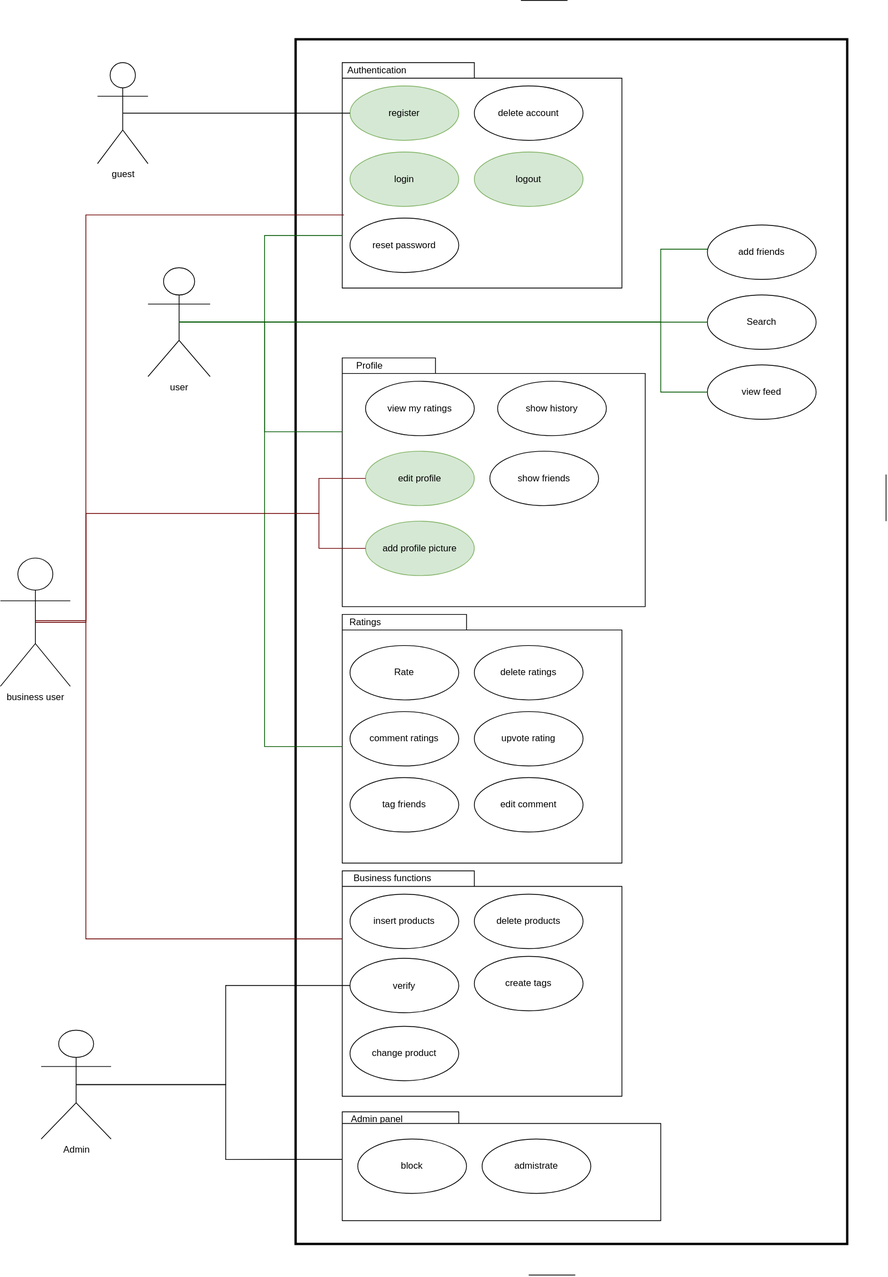
Earlier version of the draw.io export docs/UseCaseDiagram.svg (paul-schweng/UNDECIDED). Source tidied: cells renumbered, new cells last; positions are measured from the earlier drawing's top-left corner, leaving out a move shared by most shapes.
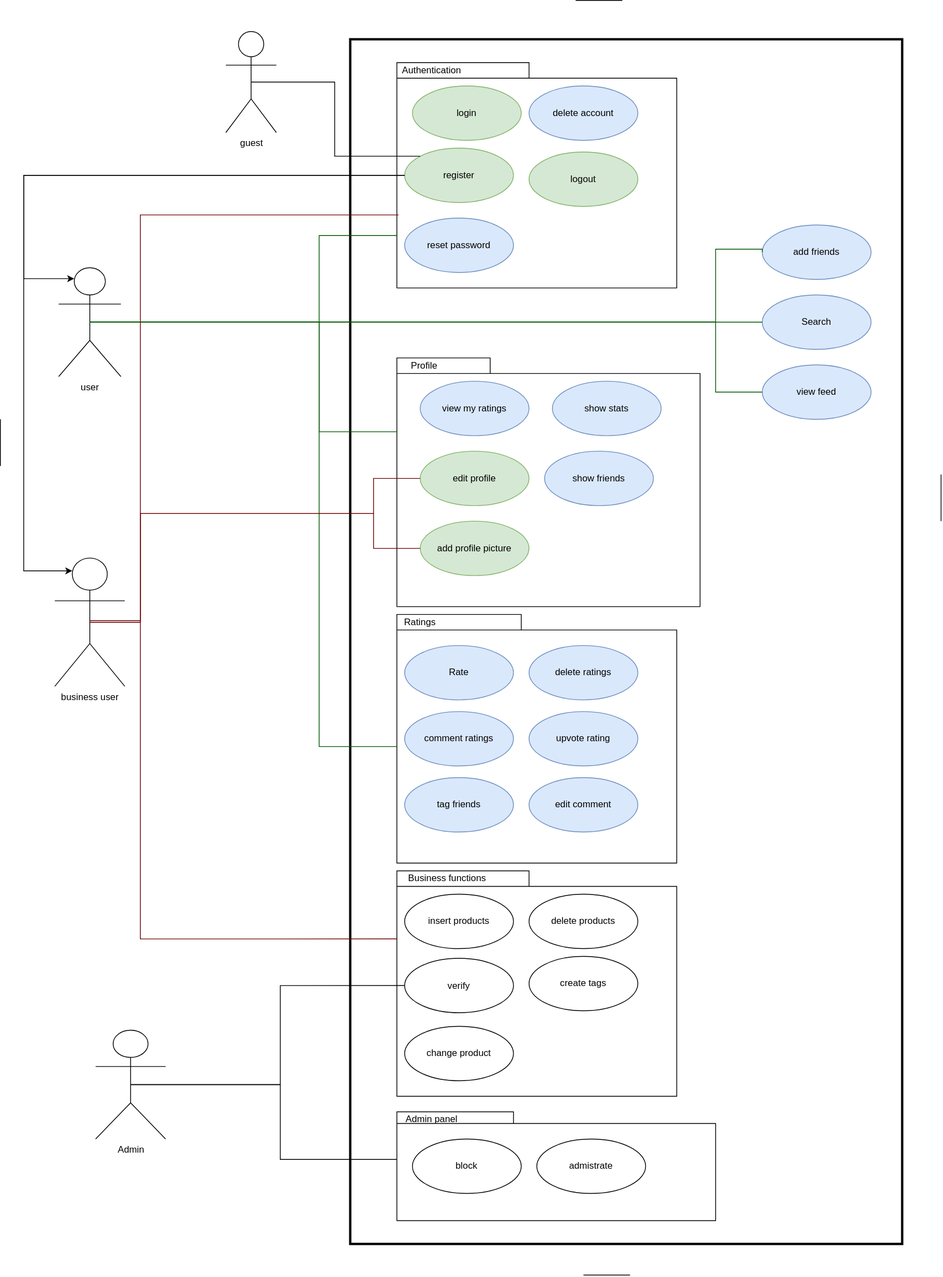
Later version of the same file.

What changed in the source:
```diff
@@ -9,25 +9,25 @@
       <mxGeometry x="440" y="1120" width="360" height="290" as="geometry" />
     </mxCell>
     <mxCell id="4" value="user" style="shape=umlActor;verticalLabelPosition=bottom;verticalAlign=top;html=1;" parent="1" vertex="1">
-      <mxGeometry x="190" y="344" width="80" height="140" as="geometry" />
+      <mxGeometry x="5" y="344" width="80" height="140" as="geometry" />
     </mxCell>
     <mxCell id="5" style="shape=folder;fontStyle=1;spacingTop=10;tabWidth=170;tabHeight=20;tabPosition=left;html=1;" parent="1" vertex="1">
       <mxGeometry x="440" y="80" width="360" height="290" as="geometry" />
     </mxCell>
     <mxCell id="6" value="login" style="ellipse;whiteSpace=wrap;html=1;fillColor=#d5e8d4;strokeColor=#82b366;" parent="1" vertex="1">
-      <mxGeometry x="450" y="195" width="140" height="70" as="geometry" />
+      <mxGeometry x="460" y="110" width="140" height="70" as="geometry" />
     </mxCell>
     <mxCell id="7" value="register" style="ellipse;whiteSpace=wrap;html=1;direction=west;fillColor=#d5e8d4;strokeColor=#82b366;" parent="1" vertex="1">
-      <mxGeometry x="450" y="110" width="140" height="70" as="geometry" />
+      <mxGeometry x="450" y="190" width="140" height="70" as="geometry" />
     </mxCell>
     <mxCell id="8" value="logout" style="ellipse;whiteSpace=wrap;html=1;direction=west;fillColor=#d5e8d4;strokeColor=#82b366;" parent="1" vertex="1">
       <mxGeometry x="610" y="195" width="140" height="70" as="geometry" />
     </mxCell>
-    <mxCell id="9" value="delete account" style="ellipse;whiteSpace=wrap;html=1;direction=west;" parent="1" vertex="1">
+    <mxCell id="9" value="delete account" style="ellipse;whiteSpace=wrap;html=1;direction=west;fillColor=#dae8fc;strokeColor=#6c8ebf;" parent="1" vertex="1">
       <mxGeometry x="610" y="110" width="140" height="70" as="geometry" />
     </mxCell>
     <mxCell id="10" value="guest" style="shape=umlActor;verticalLabelPosition=bottom;verticalAlign=top;html=1;" parent="1" vertex="1">
-      <mxGeometry x="125" y="80" width="65" height="130" as="geometry" />
+      <mxGeometry x="220" y="40" width="65" height="130" as="geometry" />
     </mxCell>
     <mxCell id="11" style="endArrow=none;html=1;edgeStyle=orthogonalEdgeStyle;rounded=0;exitX=0.5;exitY=0.5;exitDx=0;exitDy=0;exitPerimeter=0;entryX=0;entryY=0;entryDx=0;entryDy=222.5;entryPerimeter=0;fillColor=#008a00;strokeColor=#005700;" parent="1" edge="1" source="4" target="5">
       <mxGeometry relative="1" as="geometry">
@@ -43,31 +43,31 @@
     <mxCell id="13" style="shape=folder;fontStyle=1;spacingTop=10;tabWidth=160;tabHeight=20;tabPosition=left;html=1;" parent="1" vertex="1">
       <mxGeometry x="440" y="790" width="360" height="320" as="geometry" />
     </mxCell>
-    <mxCell id="14" value="comment ratings" style="ellipse;whiteSpace=wrap;html=1;direction=west;" parent="1" vertex="1">
+    <mxCell id="14" value="comment ratings" style="ellipse;whiteSpace=wrap;html=1;direction=west;fillColor=#dae8fc;strokeColor=#6c8ebf;" parent="1" vertex="1">
       <mxGeometry x="450" y="915" width="140" height="70" as="geometry" />
     </mxCell>
-    <mxCell id="15" value="upvote rating" style="ellipse;whiteSpace=wrap;html=1;direction=west;" parent="1" vertex="1">
+    <mxCell id="15" value="upvote rating" style="ellipse;whiteSpace=wrap;html=1;direction=west;fillColor=#dae8fc;strokeColor=#6c8ebf;" parent="1" vertex="1">
       <mxGeometry x="610" y="915" width="140" height="70" as="geometry" />
     </mxCell>
     <mxCell id="16" style="shape=folder;fontStyle=1;spacingTop=10;tabWidth=120;tabHeight=20;tabPosition=left;html=1;" parent="1" vertex="1">
       <mxGeometry x="440" y="460" width="390" height="320" as="geometry" />
     </mxCell>
-    <mxCell id="17" value="Search" style="ellipse;whiteSpace=wrap;html=1;direction=west;" parent="1" vertex="1">
+    <mxCell id="17" value="Search" style="ellipse;whiteSpace=wrap;html=1;direction=west;fillColor=#dae8fc;strokeColor=#6c8ebf;" parent="1" vertex="1">
       <mxGeometry x="910" y="379" width="140" height="70" as="geometry" />
     </mxCell>
-    <mxCell id="18" value="Rate" style="ellipse;whiteSpace=wrap;html=1;direction=west;" parent="1" vertex="1">
+    <mxCell id="18" value="Rate" style="ellipse;whiteSpace=wrap;html=1;direction=west;fillColor=#dae8fc;strokeColor=#6c8ebf;" parent="1" vertex="1">
       <mxGeometry x="450" y="830" width="140" height="70" as="geometry" />
     </mxCell>
-    <mxCell id="19" value="delete ratings" style="ellipse;whiteSpace=wrap;html=1;direction=west;" parent="1" vertex="1">
+    <mxCell id="19" value="delete ratings" style="ellipse;whiteSpace=wrap;html=1;direction=west;fillColor=#dae8fc;strokeColor=#6c8ebf;" parent="1" vertex="1">
       <mxGeometry x="610" y="830" width="140" height="70" as="geometry" />
     </mxCell>
-    <mxCell id="20" value="add friends" style="ellipse;whiteSpace=wrap;html=1;direction=west;" parent="1" vertex="1">
+    <mxCell id="20" value="add friends" style="ellipse;whiteSpace=wrap;html=1;direction=west;fillColor=#dae8fc;strokeColor=#6c8ebf;" parent="1" vertex="1">
       <mxGeometry x="910" y="289" width="140" height="70" as="geometry" />
     </mxCell>
     <mxCell id="21" value="insert products" style="ellipse;whiteSpace=wrap;html=1;direction=west;" parent="1" vertex="1">
       <mxGeometry x="450" y="1150" width="140" height="70" as="geometry" />
     </mxCell>
-    <mxCell id="22" value="tag friends" style="ellipse;whiteSpace=wrap;html=1;direction=west;" parent="1" vertex="1">
+    <mxCell id="22" value="tag friends" style="ellipse;whiteSpace=wrap;html=1;direction=west;fillColor=#dae8fc;strokeColor=#6c8ebf;" parent="1" vertex="1">
       <mxGeometry x="450" y="1000" width="140" height="70" as="geometry" />
     </mxCell>
     <mxCell id="23" value="create tags" style="ellipse;whiteSpace=wrap;html=1;direction=west;" parent="1" vertex="1">
@@ -76,7 +76,7 @@
     <mxCell id="24" value="delete products" style="ellipse;whiteSpace=wrap;html=1;direction=west;" parent="1" vertex="1">
       <mxGeometry x="610" y="1150" width="140" height="70" as="geometry" />
     </mxCell>
-    <mxCell id="25" value="edit comment" style="ellipse;whiteSpace=wrap;html=1;direction=west;" parent="1" vertex="1">
+    <mxCell id="25" value="edit comment" style="ellipse;whiteSpace=wrap;html=1;direction=west;fillColor=#dae8fc;strokeColor=#6c8ebf;" parent="1" vertex="1">
       <mxGeometry x="610" y="1000" width="140" height="70" as="geometry" />
     </mxCell>
     <mxCell id="26" value="Ratings" style="text;html=1;strokeColor=none;fillColor=none;align=center;verticalAlign=middle;whiteSpace=wrap;rounded=0;" parent="1" vertex="1">
@@ -115,10 +115,10 @@
         </Array>
       </mxGeometry>
     </mxCell>
-    <mxCell id="33" value="show friends" style="ellipse;whiteSpace=wrap;html=1;direction=west;" parent="1" vertex="1">
+    <mxCell id="33" value="show friends" style="ellipse;whiteSpace=wrap;html=1;direction=west;fillColor=#dae8fc;strokeColor=#6c8ebf;" parent="1" vertex="1">
       <mxGeometry x="630" y="580" width="140" height="70" as="geometry" />
     </mxCell>
-    <mxCell id="34" value="show history" style="ellipse;whiteSpace=wrap;html=1;direction=west;" parent="1" vertex="1">
+    <mxCell id="34" value="show stats" style="ellipse;whiteSpace=wrap;html=1;direction=west;fillColor=#dae8fc;strokeColor=#6c8ebf;" parent="1" vertex="1">
       <mxGeometry x="640" y="490" width="140" height="70" as="geometry" />
     </mxCell>
     <mxCell id="35" value="edit profile" style="ellipse;whiteSpace=wrap;html=1;direction=west;fillColor=#d5e8d4;strokeColor=#82b366;" parent="1" vertex="1">
@@ -127,17 +127,17 @@
     <mxCell id="36" value="add profile picture" style="ellipse;whiteSpace=wrap;html=1;direction=west;fillColor=#d5e8d4;strokeColor=#82b366;" parent="1" vertex="1">
       <mxGeometry x="470" y="670" width="140" height="70" as="geometry" />
     </mxCell>
-    <mxCell id="37" value="view my ratings" style="ellipse;whiteSpace=wrap;html=1;direction=west;" parent="1" vertex="1">
+    <mxCell id="37" value="view my ratings" style="ellipse;whiteSpace=wrap;html=1;direction=west;fillColor=#dae8fc;strokeColor=#6c8ebf;" parent="1" vertex="1">
       <mxGeometry x="470" y="490" width="140" height="70" as="geometry" />
     </mxCell>
     <mxCell id="38" value="Profile" style="text;html=1;align=center;verticalAlign=middle;strokeColor=none;fillColor=none;" parent="1" vertex="1">
       <mxGeometry x="450" y="460" width="50" height="20" as="geometry" />
     </mxCell>
-    <mxCell id="39" style="endArrow=none;html=1;edgeStyle=orthogonalEdgeStyle;rounded=0;exitX=0.5;exitY=0.5;exitDx=0;exitDy=0;exitPerimeter=0;entryX=1;entryY=0.5;entryDx=0;entryDy=0;" parent="1" edge="1" source="10" target="7">
+    <mxCell id="39" style="endArrow=none;html=1;edgeStyle=orthogonalEdgeStyle;rounded=0;exitX=0.5;exitY=0.5;exitDx=0;exitDy=0;exitPerimeter=0;entryX=1;entryY=1;entryDx=0;entryDy=0;" parent="1" edge="1" source="10" target="7">
       <mxGeometry relative="1" as="geometry">
         <Array as="points">
-          <mxPoint x="230" y="145" />
-          <mxPoint x="230" y="145" />
+          <mxPoint x="360" y="105" />
+          <mxPoint x="360" y="201" />
         </Array>
       </mxGeometry>
     </mxCell>
@@ -167,10 +167,10 @@
     <mxCell id="46" value="Admin panel" style="text;html=1;strokeColor=none;fillColor=none;align=center;verticalAlign=middle;whiteSpace=wrap;rounded=0;" parent="1" vertex="1">
       <mxGeometry x="440" y="1430" width="90" height="20" as="geometry" />
     </mxCell>
-    <mxCell id="47" value="reset password" style="ellipse;whiteSpace=wrap;html=1;" parent="1" vertex="1">
+    <mxCell id="47" value="reset password" style="ellipse;whiteSpace=wrap;html=1;fillColor=#dae8fc;strokeColor=#6c8ebf;" parent="1" vertex="1">
       <mxGeometry x="450" y="280" width="140" height="70" as="geometry" />
     </mxCell>
-    <mxCell id="48" value="view feed" style="ellipse;whiteSpace=wrap;html=1;direction=west;" parent="1" vertex="1">
+    <mxCell id="48" value="view feed" style="ellipse;whiteSpace=wrap;html=1;direction=west;fillColor=#dae8fc;strokeColor=#6c8ebf;" parent="1" vertex="1">
       <mxGeometry x="910" y="469" width="140" height="70" as="geometry" />
     </mxCell>
     <mxCell id="49" style="endArrow=none;html=1;rounded=0;" parent="1" edge="1">
@@ -253,5 +253,25 @@
         <mxPoint x="740" y="1640" as="targetPoint" />
       </mxGeometry>
     </mxCell>
+    <mxCell id="59" style="edgeStyle=elbowEdgeStyle;elbow=horizontal;endArrow=classic;html=1;rounded=0;exitX=1;exitY=0.5;exitDx=0;exitDy=0;entryX=0.25;entryY=0.1;entryDx=0;entryDy=0;entryPerimeter=0;" parent="1" edge="1" source="7" target="4">
+      <mxGeometry relative="1" as="geometry">
+        <Array as="points">
+          <mxPoint x="-40" y="270" />
+        </Array>
+      </mxGeometry>
+    </mxCell>
+    <mxCell id="60" style="edgeStyle=elbowEdgeStyle;elbow=horizontal;endArrow=classic;html=1;rounded=0;exitX=1;exitY=0.5;exitDx=0;exitDy=0;entryX=0.25;entryY=0.1;entryDx=0;entryDy=0;entryPerimeter=0;" parent="1" edge="1" source="7" target="29">
+      <mxGeometry relative="1" as="geometry">
+        <Array as="points">
+          <mxPoint x="-40" y="410" />
+        </Array>
+      </mxGeometry>
+    </mxCell>
+    <mxCell id="61" style="endArrow=none;html=1;rounded=0;" parent="1" edge="1">
+      <mxGeometry relative="1" as="geometry">
+        <mxPoint x="-70" y="539" as="sourcePoint" />
+        <mxPoint x="-70" y="599" as="targetPoint" />
+      </mxGeometry>
+    </mxCell>
   </root>
 </mxGraphModel>
```
